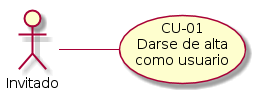
Above: Integrador/PCHouse/UMLDoc/Diagrama Casos de Uso/diagrama_de_casos_de_uso_altausuario.png in ulisescolina/UC-POOII (PlantUML), before the change.
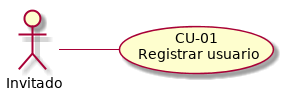
Above is the later version.

Commit message:
Diagramas de Casos de Uso: agrego correcciones que responden a las acotaciones del profesor

Diff of the diagram source:
```diff
@@ -1,4 +1,4 @@
 @startuml diagrama_de_casos_de_uso_altausuario.png
 left to right direction
-:Invitado: -- (CU-01\nDarse de alta\ncomo usuario)
+:Invitado: -- (CU-01\nRegistrar usuario)
 @enduml
```
